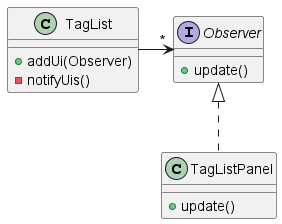
The PlantUML diagram docs/images/TagListClassDiagram.png in nus-cs2103-AY2324S1/tp, before a commit. Its diagram source:
```plantuml
@startuml


interface Observer {
    + update()
}

class TagList {
    + addUi(Observer)
    - notifyUis()
}
class TagListPanel implements Observer {
    + update()
}

TagList -> "*" Observer

@enduml
```
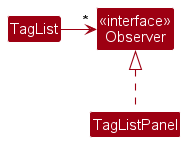
The same file after the commit.

Commit message:
Edit UML class diagram

Change to the diagram source:
```diff
@@ -1,7 +1,12 @@
 @startuml
 
+!include style.puml
 
-interface Observer {
+skinparam arrowThickness 1.1
+skinparam arrowColor MODEL_COLOR
+skinparam classBackgroundColor MODEL_COLOR
+
+class "<<interface>>\nObserver" as Observer {
     + update()
 }
 
```
